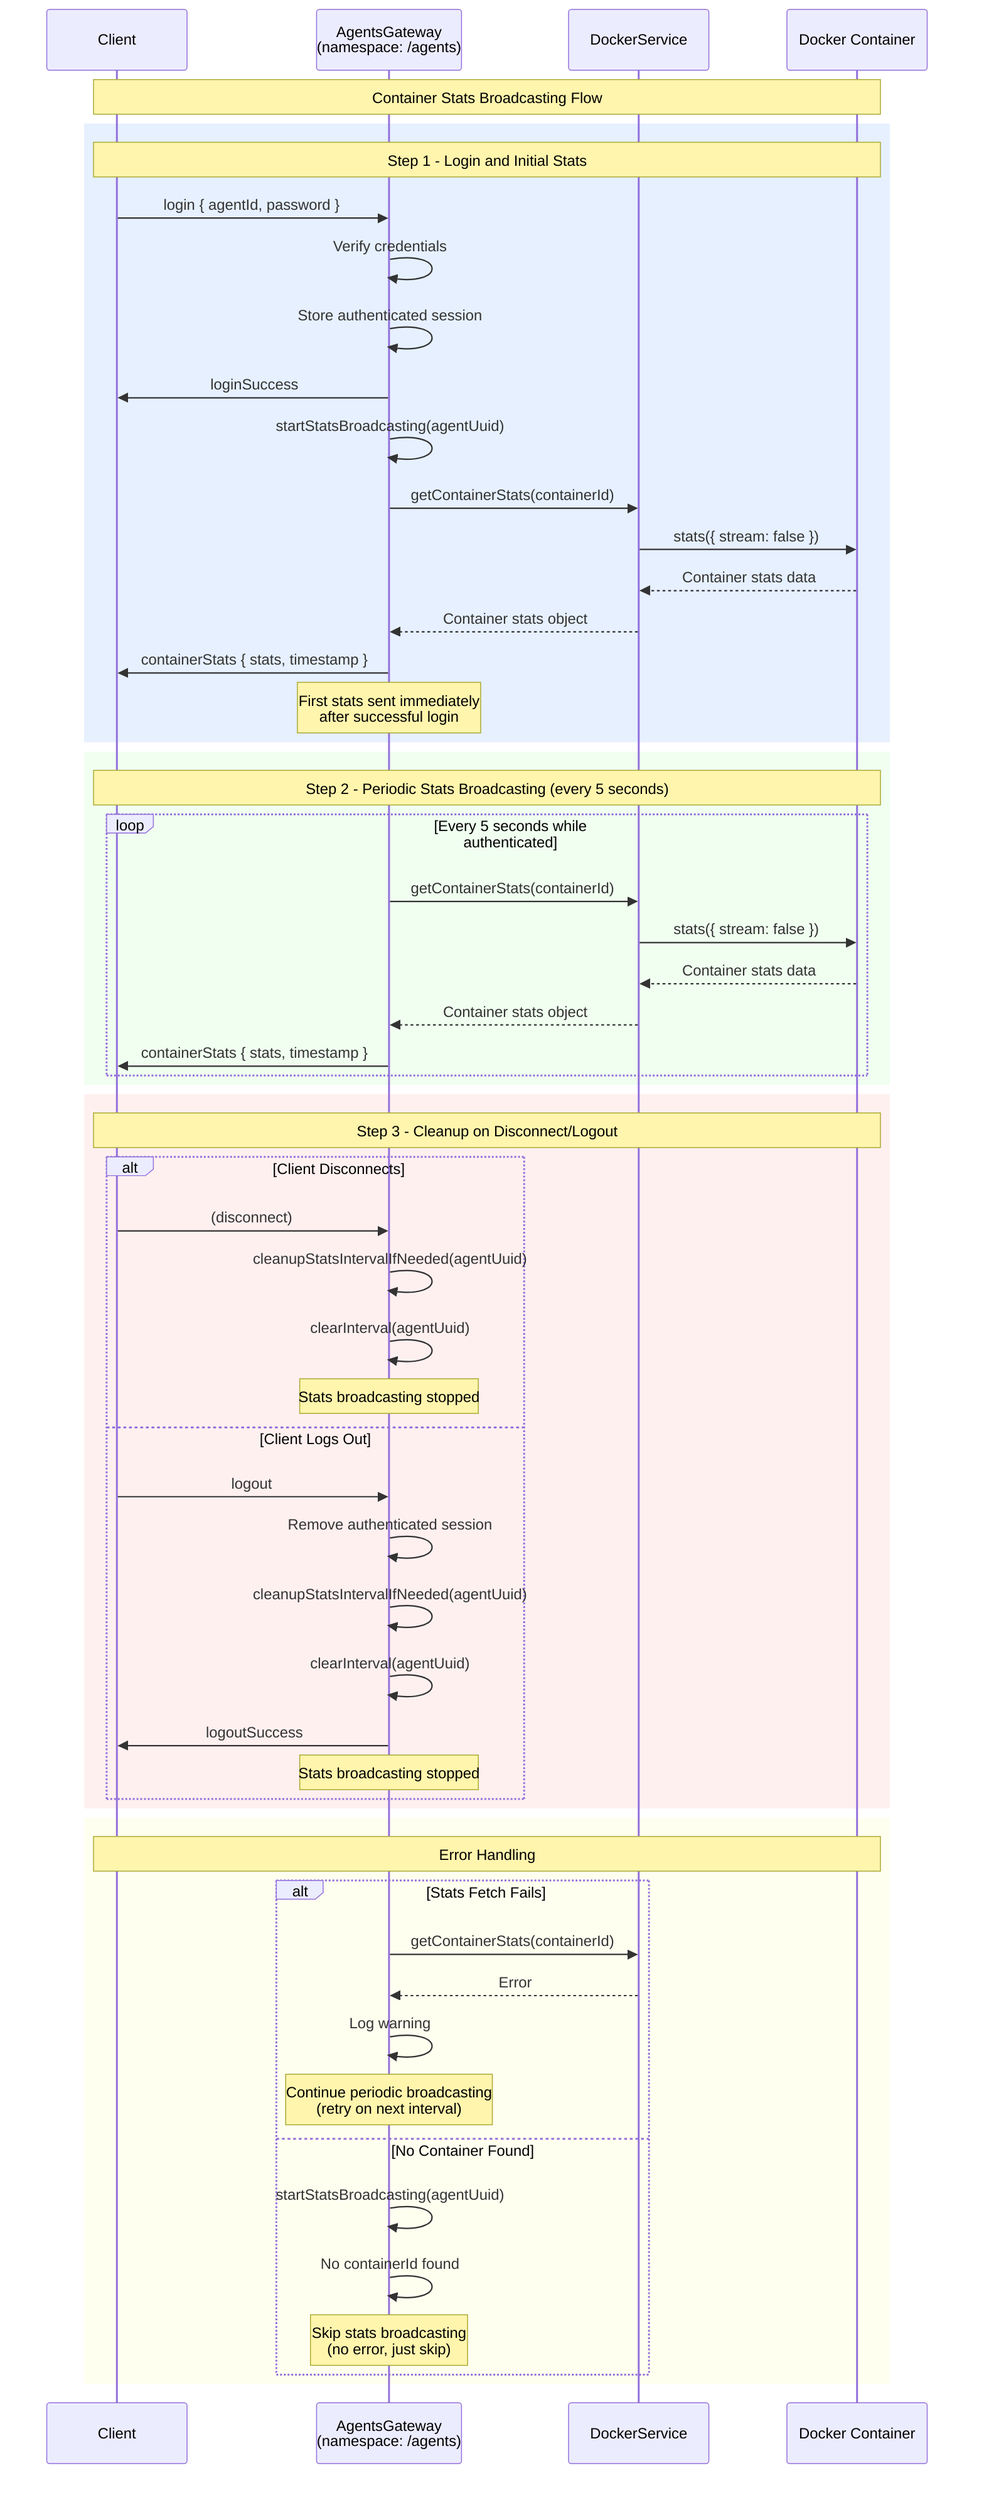
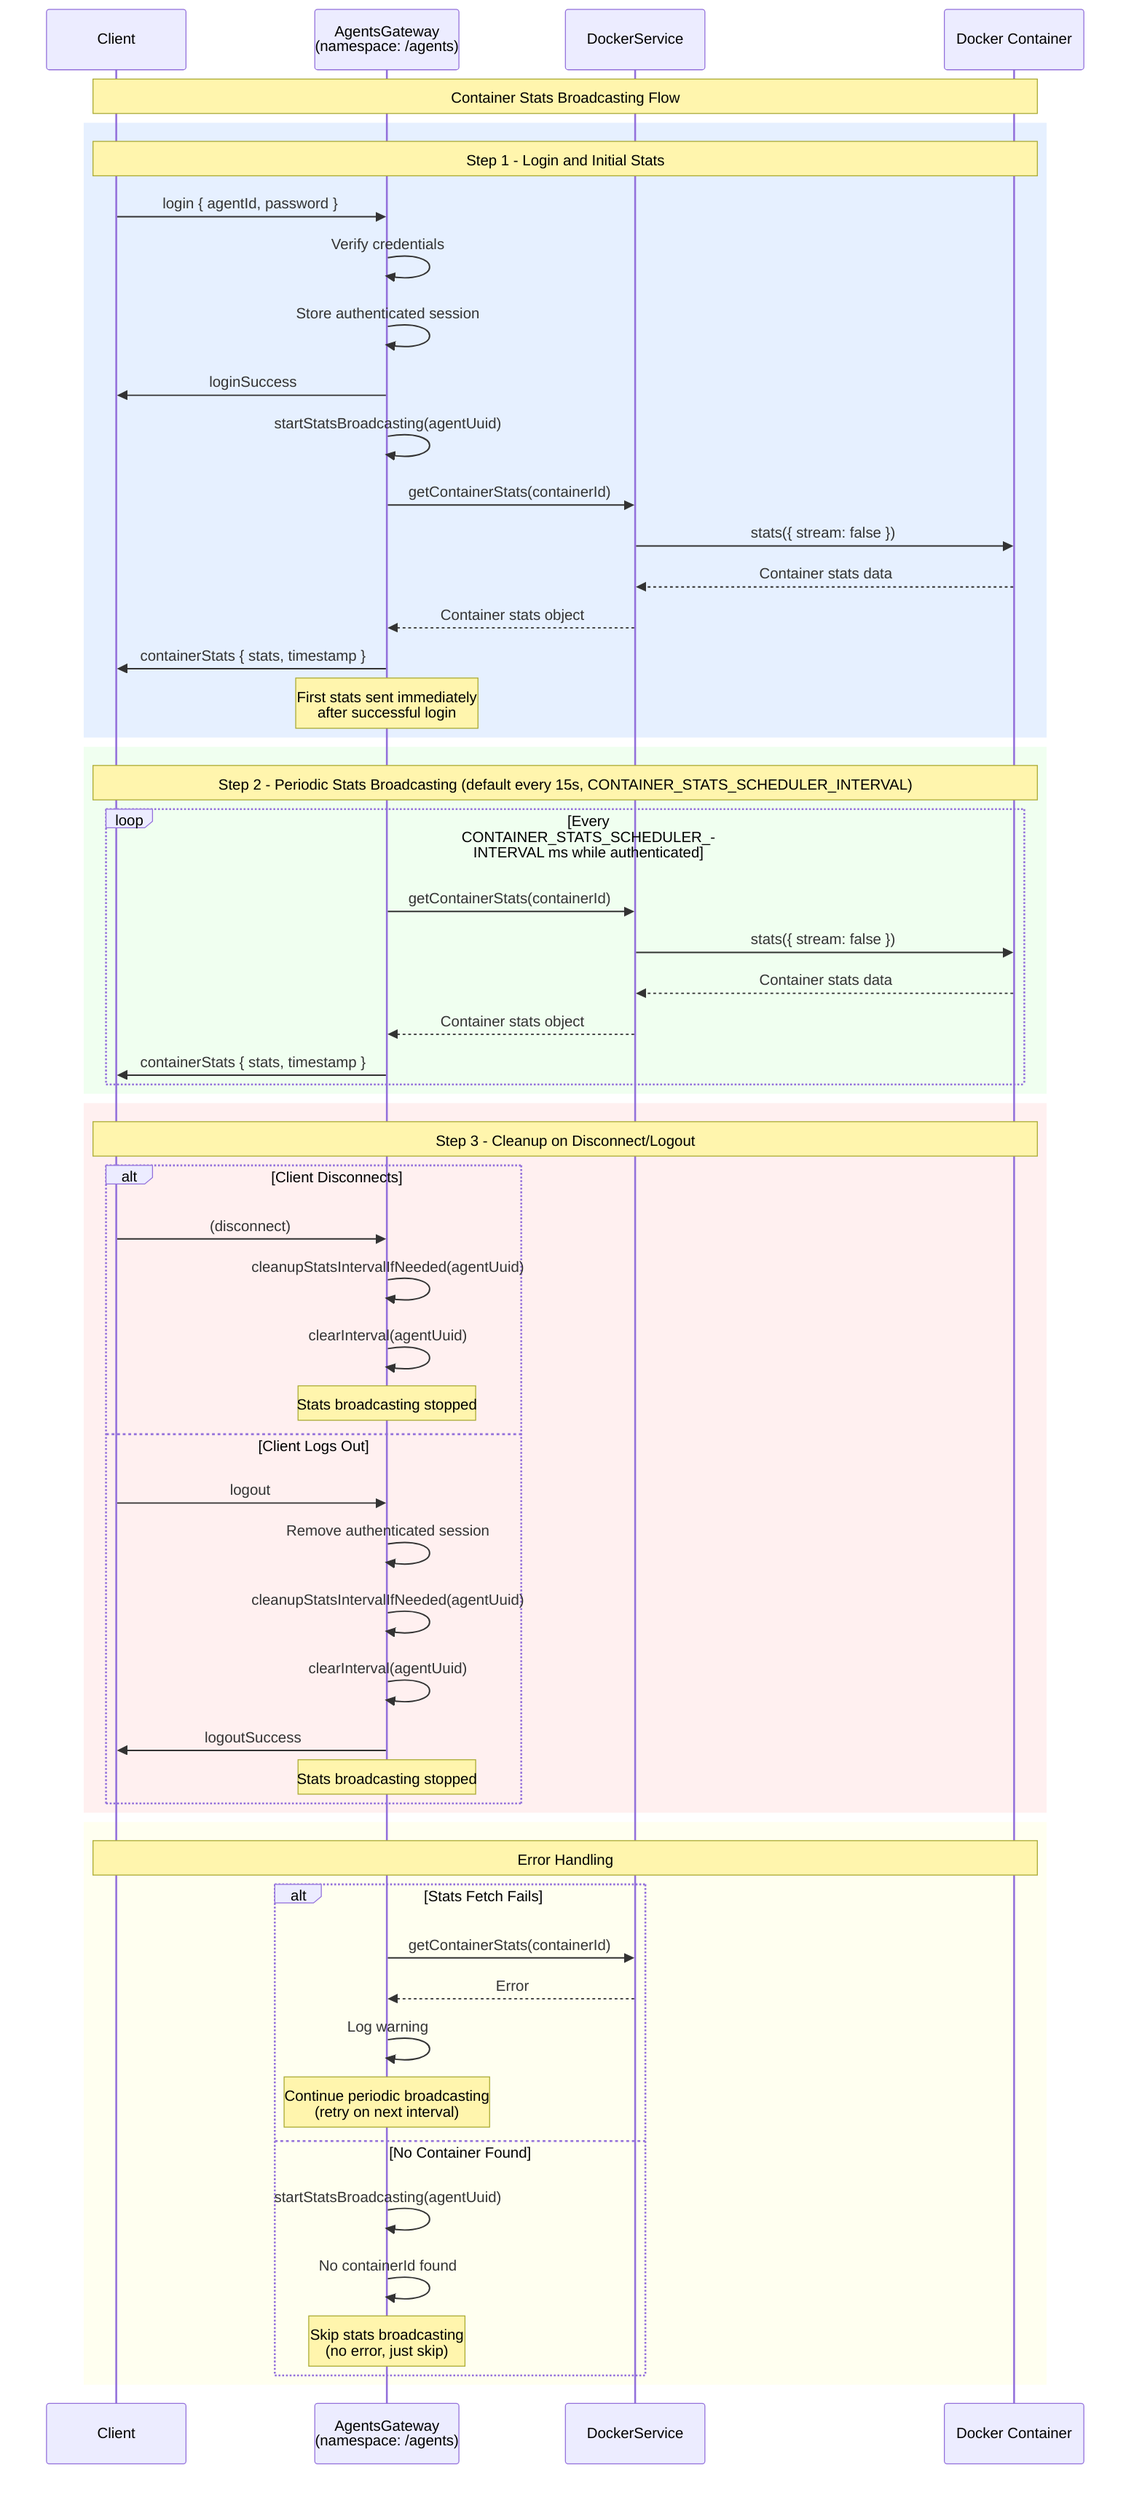
sequenceDiagram
    participant Client
    participant Gateway as AgentsGateway<br/>(namespace: /agents)
    participant Docker as DockerService
    participant Container as Docker Container

    Note over Client,Container: Container Stats Broadcasting Flow

    rect rgb(230, 240, 255)
        Note over Client,Container: Step 1 - Login and Initial Stats
        Client->>Gateway: login { agentId, password }
        Gateway->>Gateway: Verify credentials
        Gateway->>Gateway: Store authenticated session
        Gateway->>Client: loginSuccess
        Gateway->>Gateway: startStatsBroadcasting(agentUuid)
        Gateway->>Docker: getContainerStats(containerId)
        Docker->>Container: stats({ stream: false })
        Container-->>Docker: Container stats data
        Docker-->>Gateway: Container stats object
        Gateway->>Client: containerStats { stats, timestamp }
        Note over Gateway: First stats sent immediately<br/>after successful login
    end

    rect rgb(240, 255, 240)
-         Note over Client,Container: Step 2 - Periodic Stats Broadcasting (every 5 seconds)
-         loop Every 5 seconds while authenticated
+         Note over Client,Container: Step 2 - Periodic Stats Broadcasting (default every 15s, CONTAINER_STATS_SCHEDULER_INTERVAL)
+         loop Every CONTAINER_STATS_SCHEDULER_INTERVAL ms while authenticated
            Gateway->>Docker: getContainerStats(containerId)
            Docker->>Container: stats({ stream: false })
            Container-->>Docker: Container stats data
            Docker-->>Gateway: Container stats object
            Gateway->>Client: containerStats { stats, timestamp }
        end
    end

    rect rgb(255, 240, 240)
        Note over Client,Container: Step 3 - Cleanup on Disconnect/Logout
        alt Client Disconnects
            Client->>Gateway: (disconnect)
            Gateway->>Gateway: cleanupStatsIntervalIfNeeded(agentUuid)
            Gateway->>Gateway: clearInterval(agentUuid)
            Note over Gateway: Stats broadcasting stopped
        else Client Logs Out
            Client->>Gateway: logout
            Gateway->>Gateway: Remove authenticated session
            Gateway->>Gateway: cleanupStatsIntervalIfNeeded(agentUuid)
            Gateway->>Gateway: clearInterval(agentUuid)
            Gateway->>Client: logoutSuccess
            Note over Gateway: Stats broadcasting stopped
        end
    end

    rect rgb(255, 255, 240)
        Note over Client,Container: Error Handling
        alt Stats Fetch Fails
            Gateway->>Docker: getContainerStats(containerId)
            Docker-->>Gateway: Error
            Gateway->>Gateway: Log warning
            Note over Gateway: Continue periodic broadcasting<br/>(retry on next interval)
        else No Container Found
            Gateway->>Gateway: startStatsBroadcasting(agentUuid)
            Gateway->>Gateway: No containerId found
            Note over Gateway: Skip stats broadcasting<br/>(no error, just skip)
        end
    end
